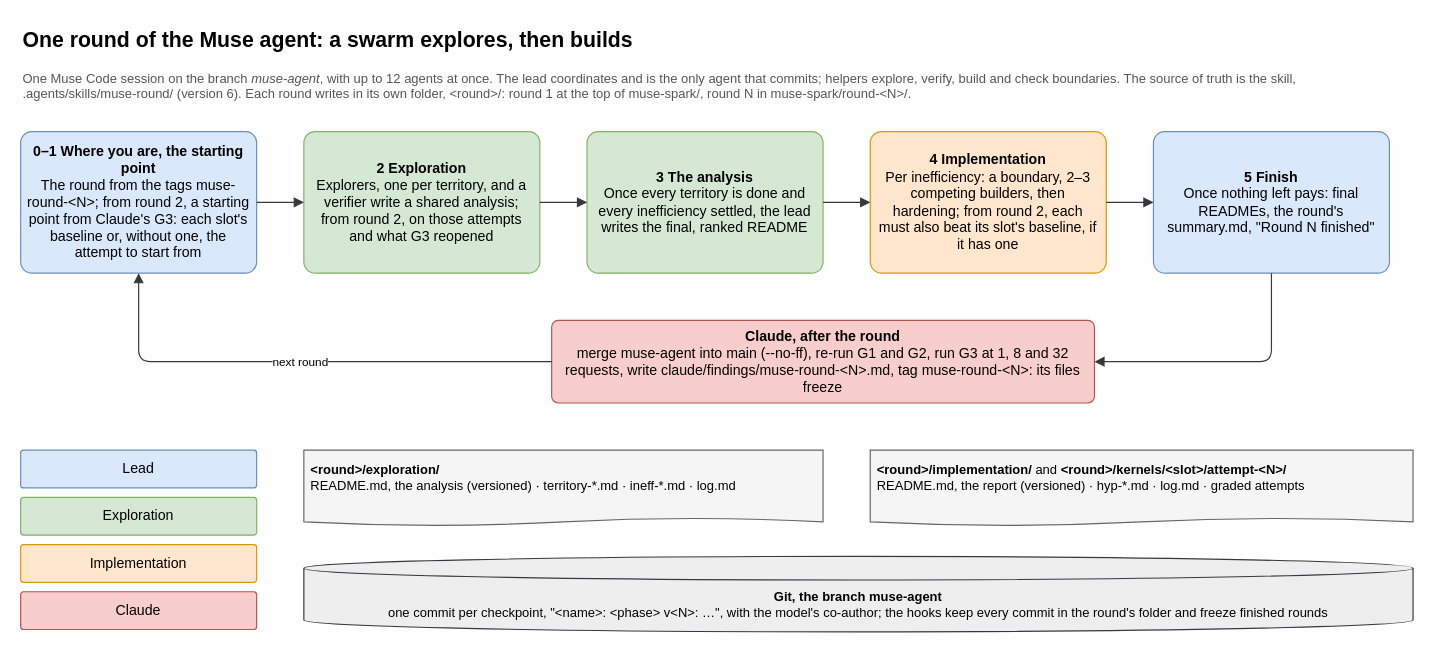
This is page "Overview" (1 of 3) of claude/diagrams/muse-swarm.drawio from surucuonur/WeSolve-MetaHackathon, a draw.io file, before an edit. Source tidied: cells renumbered, new cells numbered last; positions are measured from the earlier drawing's top-left corner, leaving out a move shared by most shapes. Both pictures are drawn from the tidied source at 118%, with x=0, y=0 at pixel (20, 20).
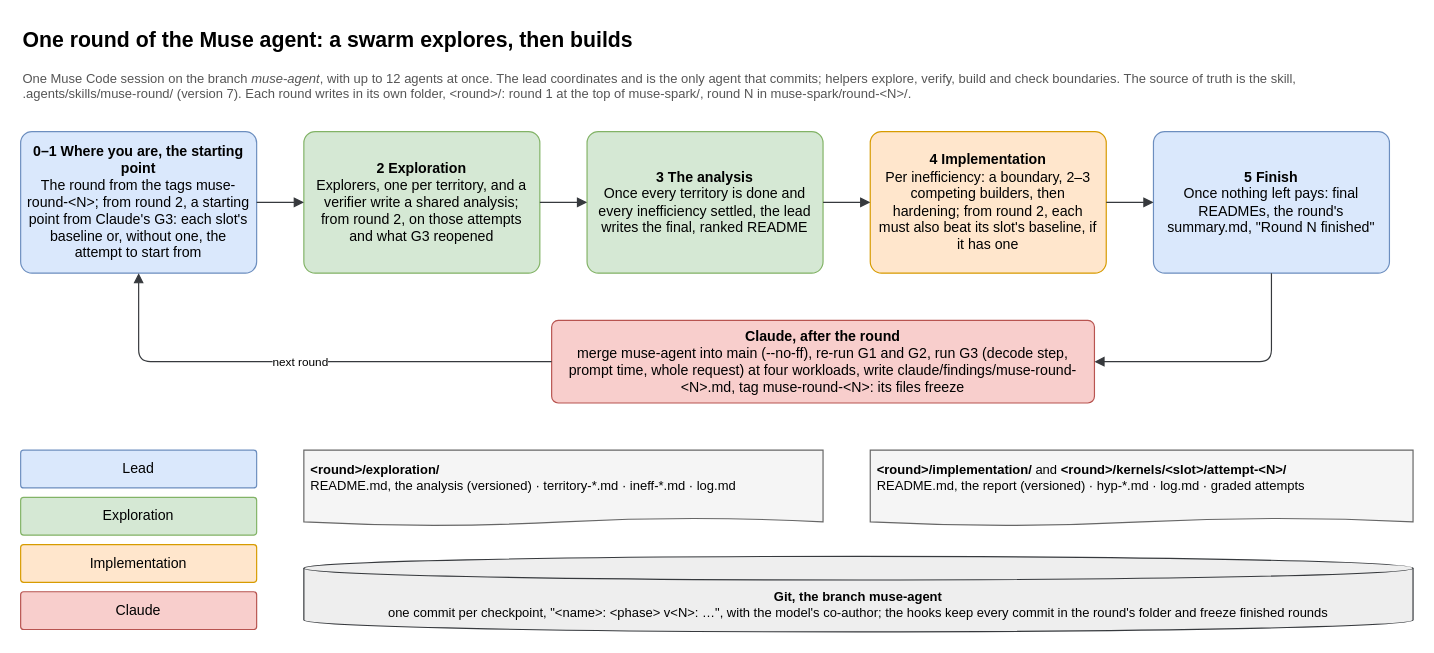
Above is the later version.

Change to the diagram source:
```diff
@@
-    <mxCell id="3" value="One Muse Code session on the branch &lt;i&gt;muse-agent&lt;/i&gt;, with up to 12 agents at once. The lead coordinates and is the only agent that commits; helpers explore, verify, build and check boundaries. The source of truth is the skill, .agents/skills/muse-round/ (version 6). Each round writes in its own folder, &amp;lt;round&amp;gt;/: round 1 at the top of muse-spark/, round N in muse-spark/round-&amp;lt;N&amp;gt;/." style="text;html=1;fontSize=11;align=left;verticalAlign=top;whiteSpace=wrap;fontColor=#555555;" parent="1" vertex="1">
+    <mxCell id="3" value="One Muse Code session on the branch &lt;i&gt;muse-agent&lt;/i&gt;, with up to 12 agents at once. The lead coordinates and is the only agent that commits; helpers explore, verify, build and check boundaries. The source of truth is the skill, .agents/skills/muse-round/ (version 7). Each round writes in its own folder, &amp;lt;round&amp;gt;/: round 1 at the top of muse-spark/, round N in muse-spark/round-&amp;lt;N&amp;gt;/." style="text;html=1;fontSize=11;align=left;verticalAlign=top;whiteSpace=wrap;fontColor=#555555;" parent="1" vertex="1">
       <mxGeometry y="36" width="1180" height="34" as="geometry" />
     </mxCell>
@@
-    <mxCell id="13" value="&lt;b&gt;Claude, after the round&lt;/b&gt;&lt;br&gt;merge muse-agent into main (--no-ff), re-run G1 and G2, run G3 at 1, 8 and 32 requests, write claude/findings/muse-round-&amp;lt;N&amp;gt;.md, tag muse-round-&amp;lt;N&amp;gt;: its files freeze" style="rounded=1;whiteSpace=wrap;html=1;arcSize=8;fontSize=12;spacing=6;fillColor=#f8cecc;strokeColor=#b85450;" parent="1" vertex="1">
+    <mxCell id="13" value="&lt;b&gt;Claude, after the round&lt;/b&gt;&lt;br&gt;merge muse-agent into main (--no-ff), re-run G1 and G2, run G3 (decode step, prompt time, whole request) at four workloads, write claude/findings/muse-round-&amp;lt;N&amp;gt;.md, tag muse-round-&amp;lt;N&amp;gt;: its files freeze" style="rounded=1;whiteSpace=wrap;html=1;arcSize=8;fontSize=12;spacing=6;fillColor=#f8cecc;strokeColor=#b85450;" parent="1" vertex="1">
       <mxGeometry x="450" y="254" width="460" height="70" as="geometry" />
     </mxCell>
```
